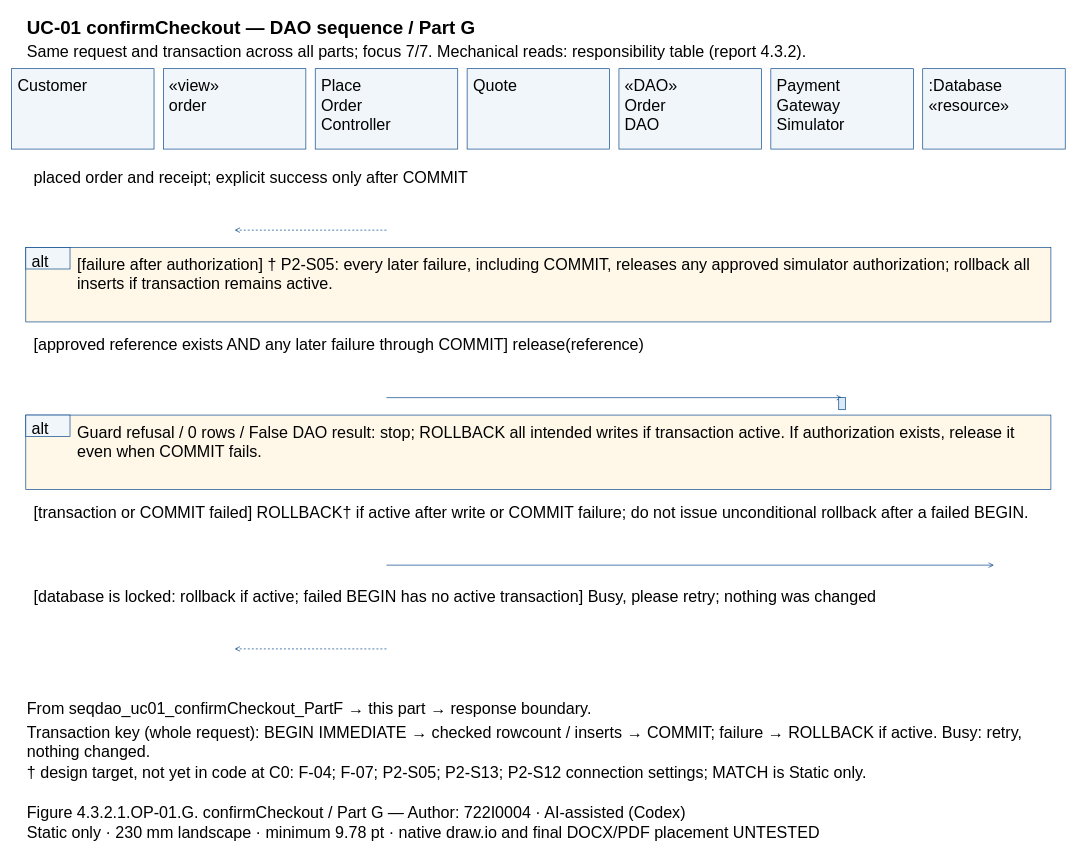
Above: models/UC-01/seqdao_uc01_confirmCheckout_PartG.drawio in Dat071104/SaigonBite (draw.io), before the change. Source tidied: cells renumbered, new cells numbered last; positions are measured from the earlier drawing's top-left corner, leaving out a move shared by most shapes. Both pictures are drawn from the tidied source at 67%, with x=0, y=0 at pixel (11, 11).
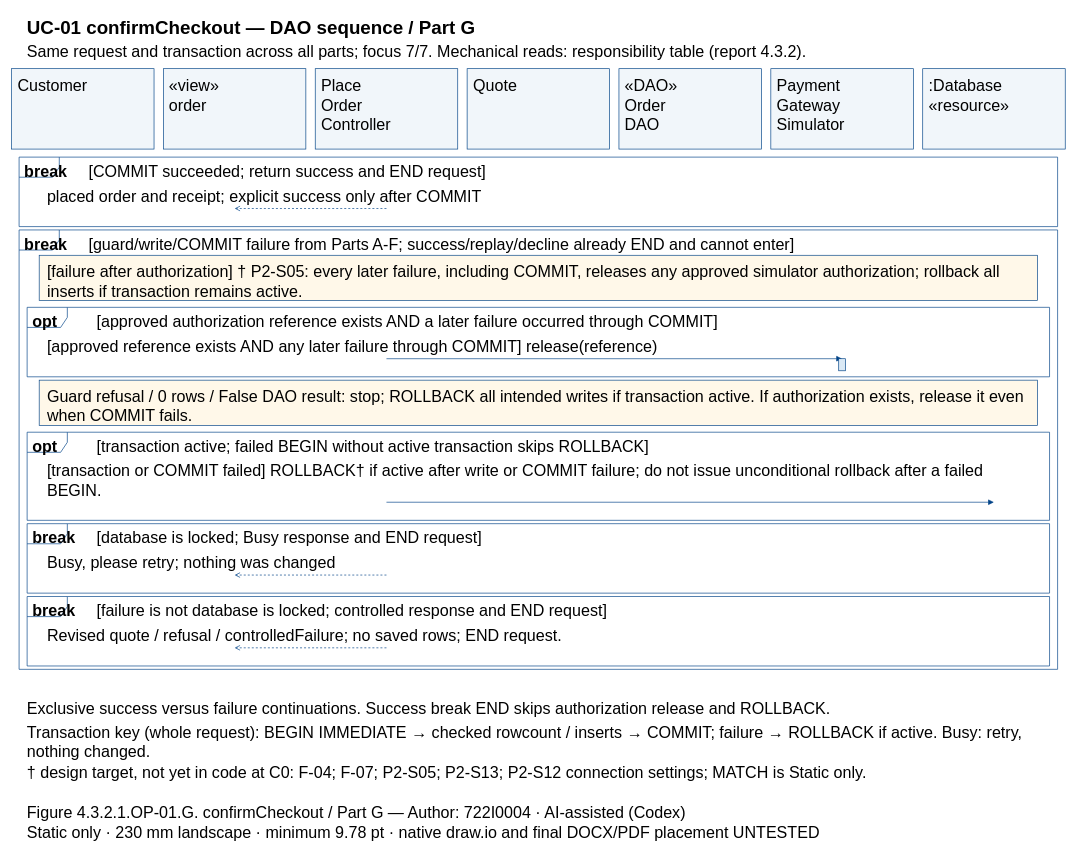
Above is the later version.

Change to the diagram source:
```diff
@@
+    <mxCell id="48" style="shape=umlFrame;fillColor=none;strokeColor=#004387;" parent="1" vertex="1">
+      <mxGeometry x="11" y="217" width="1550" height="103.7" as="geometry" />
+    </mxCell>
+    <mxCell id="49" style="shape=umlFrame;fillColor=none;strokeColor=#004387;" parent="1" vertex="1">
+      <mxGeometry x="11" y="325.7" width="1550" height="655.8" as="geometry" />
+    </mxCell>
+    <mxCell id="50" style="shape=umlFrame;fillColor=none;strokeColor=#004387;" parent="1" vertex="1">
+      <mxGeometry x="23" y="441.2" width="1526" height="103.7" as="geometry" />
+    </mxCell>
+    <mxCell id="51" style="shape=umlFrame;fillColor=none;strokeColor=#004387;" parent="1" vertex="1">
+      <mxGeometry x="23" y="627.6" width="1526" height="131.5" as="geometry" />
+    </mxCell>
+    <mxCell id="52" style="shape=umlFrame;fillColor=none;strokeColor=#004387;" parent="1" vertex="1">
+      <mxGeometry x="23" y="764.1" width="1526" height="103.7" as="geometry" />
+    </mxCell>
+    <mxCell id="53" style="shape=umlFrame;fillColor=none;strokeColor=#004387;" parent="1" vertex="1">
+      <mxGeometry x="23" y="872.8" width="1526" height="103.7" as="geometry" />
+    </mxCell>
@@
-    <mxCell id="5" value="Customer" style="text;html=0;whiteSpace=wrap;align=left;verticalAlign=top;strokeColor=none;fillColor=none;fontFamily=Arial;fontSize=24;fontStyle=0;" parent="1" vertex="1">
-      <mxGeometry x="6.7" y="90" width="198.7" height="27.8" as="geometry" />
-    </mxCell>
+    <mxCell id="11" value="Customer" style="text;html=0;whiteSpace=wrap;align=left;verticalAlign=top;strokeColor=none;fillColor=none;fontFamily=Arial;fontSize=24;fontStyle=0;" parent="1" vertex="1">
+      <mxGeometry x="6.7" y="90" width="198.7" height="27.8" as="geometry" />
+    </mxCell>
@@
-    <mxCell id="7" value="«view»&#10;order" style="text;html=0;whiteSpace=wrap;align=left;verticalAlign=top;strokeColor=none;fillColor=none;fontFamily=Arial;fontSize=24;fontStyle=0;" parent="1" vertex="1">
-      <mxGeometry x="233.3" y="90" width="198.7" height="55.7" as="geometry" />
-    </mxCell>
+    <mxCell id="13" value="«view»&#10;order" style="text;html=0;whiteSpace=wrap;align=left;verticalAlign=top;strokeColor=none;fillColor=none;fontFamily=Arial;fontSize=24;fontStyle=0;" parent="1" vertex="1">
+      <mxGeometry x="233.3" y="90" width="198.7" height="55.7" as="geometry" />
+    </mxCell>
@@
-    <mxCell id="9" value="Place&#10;Order&#10;Controller" style="text;html=0;whiteSpace=wrap;align=left;verticalAlign=top;strokeColor=none;fillColor=none;fontFamily=Arial;fontSize=24;fontStyle=0;" parent="1" vertex="1">
-      <mxGeometry x="460" y="90" width="198.7" height="83.5" as="geometry" />
-    </mxCell>
+    <mxCell id="15" value="Place&#10;Order&#10;Controller" style="text;html=0;whiteSpace=wrap;align=left;verticalAlign=top;strokeColor=none;fillColor=none;fontFamily=Arial;fontSize=24;fontStyle=0;" parent="1" vertex="1">
+      <mxGeometry x="460" y="90" width="198.7" height="83.5" as="geometry" />
+    </mxCell>
@@
-    <mxCell id="11" value="Quote" style="text;html=0;whiteSpace=wrap;align=left;verticalAlign=top;strokeColor=none;fillColor=none;fontFamily=Arial;fontSize=24;fontStyle=0;" parent="1" vertex="1">
-      <mxGeometry x="686.7" y="90" width="198.7" height="27.8" as="geometry" />
-    </mxCell>
+    <mxCell id="17" value="Quote" style="text;html=0;whiteSpace=wrap;align=left;verticalAlign=top;strokeColor=none;fillColor=none;fontFamily=Arial;fontSize=24;fontStyle=0;" parent="1" vertex="1">
+      <mxGeometry x="686.7" y="90" width="198.7" height="27.8" as="geometry" />
+    </mxCell>
@@
-    <mxCell id="13" value="«DAO»&#10;Order&#10;DAO" style="text;html=0;whiteSpace=wrap;align=left;verticalAlign=top;strokeColor=none;fillColor=none;fontFamily=Arial;fontSize=24;fontStyle=0;" parent="1" vertex="1">
-      <mxGeometry x="913.3" y="90" width="198.7" height="83.5" as="geometry" />
-    </mxCell>
+    <mxCell id="54" value="«DAO»&#10;Order&#10;DAO" style="text;html=0;whiteSpace=wrap;align=left;verticalAlign=top;strokeColor=none;fillColor=none;fontFamily=Arial;fontSize=24;fontStyle=0;" parent="1" vertex="1">
+      <mxGeometry x="913.3" y="90" width="198.7" height="83.5" as="geometry" />
+    </mxCell>
@@
-    <mxCell id="15" value="Payment&#10;Gateway&#10;Simulator" style="text;html=0;whiteSpace=wrap;align=left;verticalAlign=top;strokeColor=none;fillColor=none;fontFamily=Arial;fontSize=24;fontStyle=0;" parent="1" vertex="1">
-      <mxGeometry x="1140" y="90" width="198.7" height="83.5" as="geometry" />
-    </mxCell>
+    <mxCell id="55" value="Payment&#10;Gateway&#10;Simulator" style="text;html=0;whiteSpace=wrap;align=left;verticalAlign=top;strokeColor=none;fillColor=none;fontFamily=Arial;fontSize=24;fontStyle=0;" parent="1" vertex="1">
+      <mxGeometry x="1140" y="90" width="198.7" height="83.5" as="geometry" />
+    </mxCell>
@@
-    <mxCell id="17" value=":Database&#10;«resource»" style="text;html=0;whiteSpace=wrap;align=left;verticalAlign=top;strokeColor=none;fillColor=none;fontFamily=Arial;fontSize=24;fontStyle=0;" parent="1" vertex="1">
-      <mxGeometry x="1366.7" y="90" width="198.7" height="55.7" as="geometry" />
-    </mxCell>
-    <mxCell id="18" value="placed order and receipt; explicit success only after COMMIT" style="text;html=0;whiteSpace=wrap;align=left;verticalAlign=top;strokeColor=none;fillColor=none;fontFamily=Arial;fontSize=24;fontStyle=0;" parent="1" vertex="1">
-      <mxGeometry x="31" y="227" width="1510" height="27.8" as="geometry" />
-    </mxCell>
+    <mxCell id="25" value=":Database&#10;«resource»" style="text;html=0;whiteSpace=wrap;align=left;verticalAlign=top;strokeColor=none;fillColor=none;fontFamily=Arial;fontSize=24;fontStyle=0;" parent="1" vertex="1">
+      <mxGeometry x="1366.7" y="90" width="198.7" height="55.7" as="geometry" />
+    </mxCell>
+    <mxCell id="56" value="break" style="text;html=0;whiteSpace=wrap;align=left;verticalAlign=top;strokeColor=none;fillColor=none;fontFamily=Arial;fontSize=24;fontStyle=1;" parent="1" vertex="1">
+      <mxGeometry x="17" y="218" width="84" height="27.8" as="geometry" />
+    </mxCell>
+    <mxCell id="57" value="[COMMIT succeeded; return success and END request]" style="text;html=0;whiteSpace=wrap;align=left;verticalAlign=top;strokeColor=none;fillColor=none;fontFamily=Arial;fontSize=24;fontStyle=0;" parent="1" vertex="1">
+      <mxGeometry x="113" y="218" width="1438" height="27.8" as="geometry" />
+    </mxCell>
+    <mxCell id="58" value="break" style="text;html=0;whiteSpace=wrap;align=left;verticalAlign=top;strokeColor=none;fillColor=none;fontFamily=Arial;fontSize=24;fontStyle=1;" parent="1" vertex="1">
+      <mxGeometry x="17" y="326.7" width="84" height="27.8" as="geometry" />
+    </mxCell>
+    <mxCell id="59" value="[guard/write/COMMIT failure from Parts A-F; success/replay/decline already END and cannot enter]" style="text;html=0;whiteSpace=wrap;align=left;verticalAlign=top;strokeColor=none;fillColor=none;fontFamily=Arial;fontSize=24;fontStyle=0;" parent="1" vertex="1">
+      <mxGeometry x="113" y="326.7" width="1438" height="27.8" as="geometry" />
+    </mxCell>
+    <mxCell id="60" value="opt" style="text;html=0;whiteSpace=wrap;align=left;verticalAlign=top;strokeColor=none;fillColor=none;fontFamily=Arial;fontSize=24;fontStyle=1;" parent="1" vertex="1">
+      <mxGeometry x="29" y="442.2" width="84" height="27.8" as="geometry" />
+    </mxCell>
+    <mxCell id="61" value="[approved authorization reference exists AND a later failure occurred through COMMIT]" style="text;html=0;whiteSpace=wrap;align=left;verticalAlign=top;strokeColor=none;fillColor=none;fontFamily=Arial;fontSize=24;fontStyle=0;" parent="1" vertex="1">
+      <mxGeometry x="125" y="442.2" width="1414" height="27.8" as="geometry" />
+    </mxCell>
+    <mxCell id="62" value="opt" style="text;html=0;whiteSpace=wrap;align=left;verticalAlign=top;strokeColor=none;fillColor=none;fontFamily=Arial;fontSize=24;fontStyle=1;" parent="1" vertex="1">
+      <mxGeometry x="29" y="628.6" width="84" height="27.8" as="geometry" />
+    </mxCell>
+    <mxCell id="63" value="[transaction active; failed BEGIN without active transaction skips ROLLBACK]" style="text;html=0;whiteSpace=wrap;align=left;verticalAlign=top;strokeColor=none;fillColor=none;fontFamily=Arial;fontSize=24;fontStyle=0;" parent="1" vertex="1">
+      <mxGeometry x="125" y="628.6" width="1414" height="27.8" as="geometry" />
+    </mxCell>
+    <mxCell id="64" value="break" style="text;html=0;whiteSpace=wrap;align=left;verticalAlign=top;strokeColor=none;fillColor=none;fontFamily=Arial;fontSize=24;fontStyle=1;" parent="1" vertex="1">
+      <mxGeometry x="29" y="765.1" width="84" height="27.8" as="geometry" />
+    </mxCell>
+    <mxCell id="65" value="[database is locked; Busy response and END request]" style="text;html=0;whiteSpace=wrap;align=left;verticalAlign=top;strokeColor=none;fillColor=none;fontFamily=Arial;fontSize=24;fontStyle=0;" parent="1" vertex="1">
+      <mxGeometry x="125" y="765.1" width="1414" height="27.8" as="geometry" />
+    </mxCell>
+    <mxCell id="66" value="break" style="text;html=0;whiteSpace=wrap;align=left;verticalAlign=top;strokeColor=none;fillColor=none;fontFamily=Arial;fontSize=24;fontStyle=1;" parent="1" vertex="1">
+      <mxGeometry x="29" y="873.8" width="84" height="27.8" as="geometry" />
+    </mxCell>
+    <mxCell id="67" value="[failure is not database is locked; controlled response and END request]" style="text;html=0;whiteSpace=wrap;align=left;verticalAlign=top;strokeColor=none;fillColor=none;fontFamily=Arial;fontSize=24;fontStyle=0;" parent="1" vertex="1">
+      <mxGeometry x="125" y="873.8" width="1414" height="27.8" as="geometry" />
+    </mxCell>
+    <mxCell id="44" value="placed order and receipt; explicit success only after COMMIT" style="text;html=0;whiteSpace=wrap;align=left;verticalAlign=top;strokeColor=none;fillColor=none;fontFamily=Arial;fontSize=24;fontStyle=0;" parent="1" vertex="1">
+      <mxGeometry x="51" y="254.8" width="1470" height="27.8" as="geometry" />
+    </mxCell>
     <mxCell id="19" style="opacity=0;" parent="1" vertex="1">
-      <mxGeometry x="559.3" y="326" as="geometry" />
+      <mxGeometry x="559.3" y="293.7" as="geometry" />
     </mxCell>
     <mxCell id="20" style="opacity=0;" parent="1" vertex="1">
-      <mxGeometry x="332.7" y="326" as="geometry" />
+      <mxGeometry x="332.7" y="293.7" as="geometry" />
     </mxCell>
-    <mxCell id="21" style="edgeStyle=none;endArrow=open;strokeColor=#004387;dashed=1;exitX=0.5;entryX=0.5;exitPerimeter=0;entryPerimeter=0;" parent="1" edge="1" source="19" target="20">
+    <mxCell id="21" style="edgeStyle=none;endArrow=open;endFill=0;strokeColor=#004387;dashed=1;exitX=0.5;entryX=0.5;exitPerimeter=0;entryPerimeter=0;" parent="1" edge="1" source="19" target="20">
       <mxGeometry relative="1" as="geometry" />
     </mxCell>
-    <mxCell id="22" style="fillColor=#FFF8E9;strokeColor=#004387;" parent="1" vertex="1">
-      <mxGeometry x="21" y="352" width="1530" height="111" as="geometry" />
-    </mxCell>
-    <mxCell id="23" style="fillColor=#F1F6FA;strokeColor=#004387;" parent="1" vertex="1">
-      <mxGeometry x="21" y="352" width="66" height="32" as="geometry" />
-    </mxCell>
-    <mxCell id="24" value="alt" style="text;html=0;whiteSpace=wrap;align=left;verticalAlign=top;strokeColor=none;fillColor=none;fontFamily=Arial;fontSize=24;fontStyle=0;" parent="1" vertex="1">
-      <mxGeometry x="28" y="352" width="56" height="27.8" as="geometry" />
-    </mxCell>
-    <mxCell id="25" value="[failure after authorization] † P2-S05: every later failure, including COMMIT, releases any approved simulator authorization; rollback all&#10;inserts if transaction remains active." style="text;html=0;whiteSpace=wrap;align=left;verticalAlign=top;strokeColor=none;fillColor=none;fontFamily=Arial;fontSize=24;fontStyle=0;" parent="1" vertex="1">
-      <mxGeometry x="96" y="357" width="1440" height="55.7" as="geometry" />
-    </mxCell>
+    <mxCell id="68" style="fillColor=#FFF8E9;strokeColor=#004387;" parent="1" vertex="1">
+      <mxGeometry x="41" y="363.5" width="1490" height="67.7" as="geometry" />
+    </mxCell>
+    <mxCell id="47" value="[failure after authorization] † P2-S05: every later failure, including COMMIT, releases any approved simulator authorization; rollback all&#10;inserts if transaction remains active." style="text;html=0;whiteSpace=wrap;align=left;verticalAlign=top;strokeColor=none;fillColor=none;fontFamily=Arial;fontSize=24;fontStyle=0;" parent="1" vertex="1">
+      <mxGeometry x="51" y="367.5" width="1470" height="55.7" as="geometry" />
+    </mxCell>
     <mxCell id="26" value="[approved reference exists AND any later failure through COMMIT] release(reference)" style="text;html=0;whiteSpace=wrap;align=left;verticalAlign=top;strokeColor=none;fillColor=none;fontFamily=Arial;fontSize=24;fontStyle=0;" parent="1" vertex="1">
-      <mxGeometry x="31" y="477" width="1510" height="27.8" as="geometry" />
+      <mxGeometry x="51" y="479" width="1470" height="27.8" as="geometry" />
     </mxCell>
     <mxCell id="27" style="opacity=0;" parent="1" vertex="1">
-      <mxGeometry x="559.3" y="576" as="geometry" />
+      <mxGeometry x="559.3" y="517.9" as="geometry" />
     </mxCell>
     <mxCell id="28" style="opacity=0;" parent="1" vertex="1">
-      <mxGeometry x="1239.3" y="576" as="geometry" />
+      <mxGeometry x="1239.3" y="517.9" as="geometry" />
     </mxCell>
-    <mxCell id="29" style="edgeStyle=none;endArrow=open;strokeColor=#004387;exitX=0.5;entryX=0.5;exitPerimeter=0;entryPerimeter=0;" parent="1" edge="1" source="27" target="28">
+    <mxCell id="29" style="edgeStyle=none;endArrow=block;endFill=1;strokeColor=#004387;exitX=0.5;entryX=0.5;exitPerimeter=0;entryPerimeter=0;" parent="1" edge="1" source="27" target="28">
       <mxGeometry relative="1" as="geometry" />
     </mxCell>
-    <mxCell id="30" style="fillColor=#DAE9F5;strokeColor=#004387;" parent="1" vertex="1">
-      <mxGeometry x="1234.3" y="576" width="10" height="18" as="geometry" />
-    </mxCell>
-    <mxCell id="31" style="fillColor=#FFF8E9;strokeColor=#004387;" parent="1" vertex="1">
-      <mxGeometry x="21" y="602" width="1530" height="111" as="geometry" />
-    </mxCell>
-    <mxCell id="32" style="fillColor=#F1F6FA;strokeColor=#004387;" parent="1" vertex="1">
-      <mxGeometry x="21" y="602" width="66" height="32" as="geometry" />
-    </mxCell>
-    <mxCell id="33" value="alt" style="text;html=0;whiteSpace=wrap;align=left;verticalAlign=top;strokeColor=none;fillColor=none;fontFamily=Arial;fontSize=24;fontStyle=0;" parent="1" vertex="1">
-      <mxGeometry x="28" y="602" width="56" height="27.8" as="geometry" />
-    </mxCell>
+    <mxCell id="69" style="fillColor=#DAE9F5;strokeColor=#004387;" parent="1" vertex="1">
+      <mxGeometry x="1234.3" y="517.9" width="10" height="18" as="geometry" />
+    </mxCell>
+    <mxCell id="70" style="fillColor=#FFF8E9;strokeColor=#004387;" parent="1" vertex="1">
+      <mxGeometry x="41" y="549.9" width="1490" height="67.7" as="geometry" />
+    </mxCell>
-    <mxCell id="34" value="Guard refusal / 0 rows / False DAO result: stop; ROLLBACK all intended writes if transaction active. If authorization exists, release it&#10;even when COMMIT fails." style="text;html=0;whiteSpace=wrap;align=left;verticalAlign=top;strokeColor=none;fillColor=none;fontFamily=Arial;fontSize=24;fontStyle=0;" parent="1" vertex="1">
-      <mxGeometry x="96" y="607" width="1440" height="55.7" as="geometry" />
+    <mxCell id="34" value="Guard refusal / 0 rows / False DAO result: stop; ROLLBACK all intended writes if transaction active. If authorization exists, release it even&#10;when COMMIT fails." style="text;html=0;whiteSpace=wrap;align=left;verticalAlign=top;strokeColor=none;fillColor=none;fontFamily=Arial;fontSize=24;fontStyle=0;" parent="1" vertex="1">
+      <mxGeometry x="51" y="553.9" width="1470" height="55.7" as="geometry" />
     </mxCell>
-    <mxCell id="35" value="[transaction or COMMIT failed] ROLLBACK† if active after write or COMMIT failure; do not issue unconditional rollback after a failed BEGIN." style="text;html=0;whiteSpace=wrap;align=left;verticalAlign=top;strokeColor=none;fillColor=none;fontFamily=Arial;fontSize=24;fontStyle=0;" parent="1" vertex="1">
-      <mxGeometry x="31" y="727" width="1510" height="27.8" as="geometry" />
+    <mxCell id="35" value="[transaction or COMMIT failed] ROLLBACK† if active after write or COMMIT failure; do not issue unconditional rollback after a failed&#10;BEGIN." style="text;html=0;whiteSpace=wrap;align=left;verticalAlign=top;strokeColor=none;fillColor=none;fontFamily=Arial;fontSize=24;fontStyle=0;" parent="1" vertex="1">
+      <mxGeometry x="51" y="665.4" width="1470" height="55.7" as="geometry" />
     </mxCell>
     <mxCell id="36" style="opacity=0;" parent="1" vertex="1">
-      <mxGeometry x="559.3" y="826" as="geometry" />
+      <mxGeometry x="559.3" y="732.1" as="geometry" />
     </mxCell>
     <mxCell id="37" style="opacity=0;" parent="1" vertex="1">
-      <mxGeometry x="1466" y="826" as="geometry" />
+      <mxGeometry x="1466" y="732.1" as="geometry" />
     </mxCell>
-    <mxCell id="38" style="edgeStyle=none;endArrow=open;strokeColor=#004387;exitX=0.5;entryX=0.5;exitPerimeter=0;entryPerimeter=0;" parent="1" edge="1" source="36" target="37">
+    <mxCell id="38" style="edgeStyle=none;endArrow=block;endFill=1;strokeColor=#004387;exitX=0.5;entryX=0.5;exitPerimeter=0;entryPerimeter=0;" parent="1" edge="1" source="36" target="37">
       <mxGeometry relative="1" as="geometry" />
     </mxCell>
-    <mxCell id="39" value="[database is locked: rollback if active; failed BEGIN has no active transaction] Busy, please retry; nothing was changed" style="text;html=0;whiteSpace=wrap;align=left;verticalAlign=top;strokeColor=none;fillColor=none;fontFamily=Arial;fontSize=24;fontStyle=0;" parent="1" vertex="1">
-      <mxGeometry x="31" y="852" width="1510" height="27.8" as="geometry" />
-    </mxCell>
+    <mxCell id="71" value="Busy, please retry; nothing was changed" style="text;html=0;whiteSpace=wrap;align=left;verticalAlign=top;strokeColor=none;fillColor=none;fontFamily=Arial;fontSize=24;fontStyle=0;" parent="1" vertex="1">
+      <mxGeometry x="51" y="801.9" width="1470" height="27.8" as="geometry" />
+    </mxCell>
     <mxCell id="40" style="opacity=0;" parent="1" vertex="1">
-      <mxGeometry x="559.3" y="951" as="geometry" />
+      <mxGeometry x="559.3" y="840.8" as="geometry" />
     </mxCell>
     <mxCell id="41" style="opacity=0;" parent="1" vertex="1">
-      <mxGeometry x="332.7" y="951" as="geometry" />
+      <mxGeometry x="332.7" y="840.8" as="geometry" />
     </mxCell>
-    <mxCell id="42" style="edgeStyle=none;endArrow=open;strokeColor=#004387;dashed=1;exitX=0.5;entryX=0.5;exitPerimeter=0;entryPerimeter=0;" parent="1" edge="1" source="40" target="41">
+    <mxCell id="42" style="edgeStyle=none;endArrow=open;endFill=0;strokeColor=#004387;dashed=1;exitX=0.5;entryX=0.5;exitPerimeter=0;entryPerimeter=0;" parent="1" edge="1" source="40" target="41">
       <mxGeometry relative="1" as="geometry" />
     </mxCell>
-    <mxCell id="43" value="From seqdao_uc01_confirmCheckout_PartF → this part → response boundary." style="text;html=0;whiteSpace=wrap;align=left;verticalAlign=top;strokeColor=none;fillColor=none;fontFamily=Arial;fontSize=24;fontStyle=0;" parent="1" vertex="1">
-      <mxGeometry x="21" y="1020" width="1530" height="27.8" as="geometry" />
-    </mxCell>
-    <mxCell id="44" value="Transaction key (whole request): BEGIN IMMEDIATE → checked rowcount / inserts → COMMIT; failure → ROLLBACK if active. Busy: retry,&#10;nothing changed." style="text;html=0;whiteSpace=wrap;align=left;verticalAlign=top;strokeColor=none;fillColor=none;fontFamily=Arial;fontSize=24;fontStyle=0;" parent="1" vertex="1">
-      <mxGeometry x="21" y="1055" width="1530" height="55.7" as="geometry" />
-    </mxCell>
+    <mxCell id="72" value="Revised quote / refusal / controlledFailure; no saved rows; END request." style="text;html=0;whiteSpace=wrap;align=left;verticalAlign=top;strokeColor=none;fillColor=none;fontFamily=Arial;fontSize=24;fontStyle=0;" parent="1" vertex="1">
+      <mxGeometry x="51" y="910.6" width="1470" height="27.8" as="geometry" />
+    </mxCell>
+    <mxCell id="73" style="opacity=0;" parent="1" vertex="1">
+      <mxGeometry x="559.3" y="949.4" as="geometry" />
+    </mxCell>
+    <mxCell id="74" style="opacity=0;" parent="1" vertex="1">
+      <mxGeometry x="332.7" y="949.4" as="geometry" />
+    </mxCell>
+    <mxCell id="75" style="edgeStyle=none;endArrow=open;endFill=0;strokeColor=#004387;dashed=1;exitX=0.5;entryX=0.5;exitPerimeter=0;entryPerimeter=0;" parent="1" edge="1" source="73" target="74">
+      <mxGeometry relative="1" as="geometry" />
+    </mxCell>
+    <mxCell id="76" value="Exclusive success versus failure continuations. Success break END skips authorization release and ROLLBACK." style="text;html=0;whiteSpace=wrap;align=left;verticalAlign=top;strokeColor=none;fillColor=none;fontFamily=Arial;fontSize=24;fontStyle=0;" parent="1" vertex="1">
+      <mxGeometry x="21" y="1020" width="1530" height="27.8" as="geometry" />
+    </mxCell>
+    <mxCell id="77" value="Transaction key (whole request): BEGIN IMMEDIATE → checked rowcount / inserts → COMMIT; failure → ROLLBACK if active. Busy: retry,&#10;nothing changed." style="text;html=0;whiteSpace=wrap;align=left;verticalAlign=top;strokeColor=none;fillColor=none;fontFamily=Arial;fontSize=24;fontStyle=0;" parent="1" vertex="1">
+      <mxGeometry x="21" y="1055" width="1530" height="55.7" as="geometry" />
+    </mxCell>
@@
-    <mxCell id="47" value="Static only · 230 mm landscape · minimum 9.78 pt · native draw.io and final DOCX/PDF placement UNTESTED" style="text;html=0;whiteSpace=wrap;align=left;verticalAlign=top;strokeColor=none;fillColor=none;fontFamily=Arial;fontSize=24;fontStyle=0;" parent="1" vertex="1">
-      <mxGeometry x="21" y="1205" width="1530" height="27.8" as="geometry" />
-    </mxCell>
+    <mxCell id="78" value="Static only · 230 mm landscape · minimum 9.78 pt · native draw.io and final DOCX/PDF placement UNTESTED" style="text;html=0;whiteSpace=wrap;align=left;verticalAlign=top;strokeColor=none;fillColor=none;fontFamily=Arial;fontSize=24;fontStyle=0;" parent="1" vertex="1">
+      <mxGeometry x="21" y="1205" width="1530" height="27.8" as="geometry" />
+    </mxCell>
```
